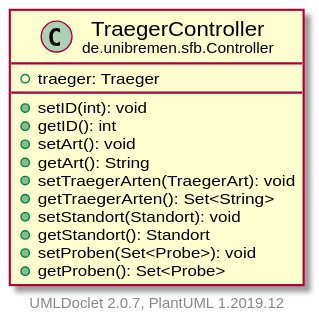
This is doc/UML/modulsichtSVG/TraegerController.svg from fkehlenb/softwareprojekt-2, a PlantUML export, as it was before one commit.
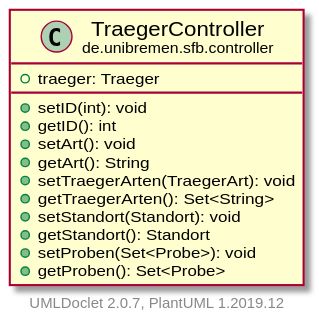
After the change.

Change to the diagram source:
```diff
@@ -3,7 +3,7 @@
     hide empty fields
     hide empty methods
 
-    class "<size:14>TraegerController\n<size:10>de.unibremen.sfb.Controller" as de.unibremen.sfb.Controller.TraegerController [[TraegerController.html]] {
+    class "<size:14>TraegerController\n<size:10>de.unibremen.sfb.controller" as de.unibremen.sfb.controller.TraegerController [[TraegerController.html]] {
         +traeger: Traeger
         +setID(int): void
         +getID(): int
```
